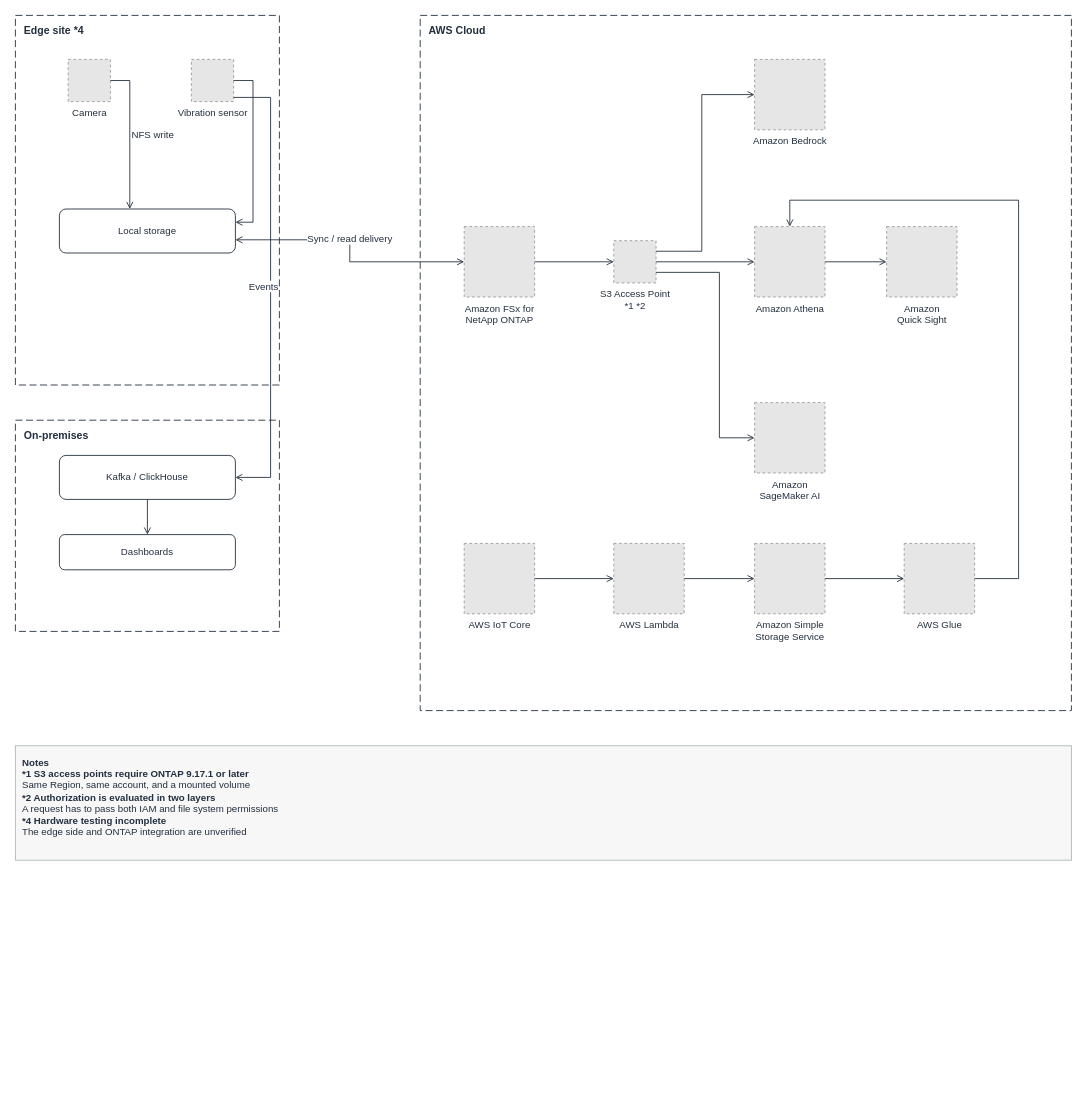
The draw.io diagram docs/diagrams/architecture-overview-en.drawio in Yoshiki0705/ONTAP-Edge-to-Cloud-AI, before the edit. Source tidied: cells renumbered, new cells numbered last; positions are measured from the earlier drawing's top-left corner, leaving out a move shared by most shapes. Both pictures are drawn from the tidied source at 88%, with x=0, y=0 at pixel (15, 15). Pictures stored in the file or linked from it are replaced by grey dashed boxes.
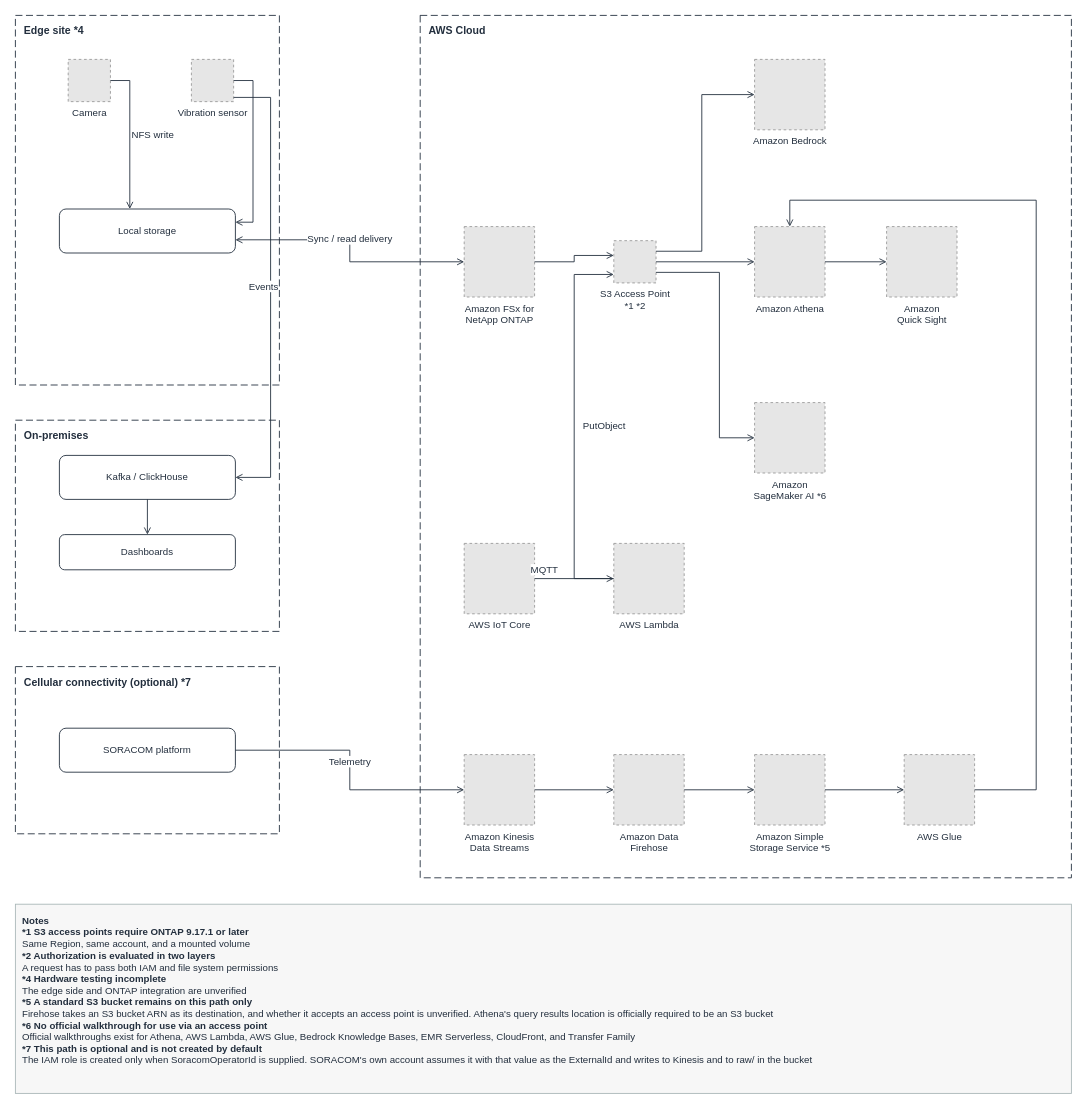
The same diagram, later.

The change refers to these unchanged cells:
```xml
<mxCell id="10" value="Amazon FSx for&lt;br&gt;NetApp ONTAP" style="fillColor=#E6E6E6;strokeColor=#999999;dashed=1;html=1;verticalLabelPosition=bottom;verticalAlign=top;labelPosition=center;align=center;fontSize=11;fontColor=#232F3E;" parent="1" vertex="1">
  <mxGeometry x="510" y="240" width="80" height="80" as="geometry" />
</mxCell>
<mxCell id="11" value="S3 Access Point&lt;br&gt;*1 *2" style="fillColor=#E6E6E6;strokeColor=#999999;dashed=1;html=1;verticalLabelPosition=bottom;verticalAlign=top;labelPosition=center;align=center;fontSize=11;fontColor=#232F3E;" parent="1" vertex="1">
  <mxGeometry x="680" y="256" width="48" height="48" as="geometry" />
</mxCell>
<mxCell id="13" value="Amazon Athena" style="fillColor=#E6E6E6;strokeColor=#999999;dashed=1;html=1;verticalLabelPosition=bottom;verticalAlign=top;labelPosition=center;align=center;fontSize=11;fontColor=#232F3E;" parent="1" vertex="1">
  <mxGeometry x="840" y="240" width="80" height="80" as="geometry" />
</mxCell>
<mxCell id="16" value="AWS IoT Core" style="fillColor=#E6E6E6;strokeColor=#999999;dashed=1;html=1;verticalLabelPosition=bottom;verticalAlign=top;labelPosition=center;align=center;fontSize=11;fontColor=#232F3E;" parent="1" vertex="1">
  <mxGeometry x="510" y="600" width="80" height="80" as="geometry" />
</mxCell>
<mxCell id="17" value="AWS Lambda" style="fillColor=#E6E6E6;strokeColor=#999999;dashed=1;html=1;verticalLabelPosition=bottom;verticalAlign=top;labelPosition=center;align=center;fontSize=11;fontColor=#232F3E;" parent="1" vertex="1">
  <mxGeometry x="680" y="600" width="80" height="80" as="geometry" />
</mxCell>
```

The edit, as a diff of the source:
```diff
@@
+    <mxCell id="35" value="Cellular connectivity (optional) *7" style="rounded=0;html=1;dashed=1;dashPattern=8 4;fillColor=none;strokeColor=#232F3E;verticalAlign=top;align=left;spacingLeft=8;spacingTop=4;fontSize=12;fontColor=#232F3E;fontStyle=1;" parent="1" vertex="1">
+      <mxGeometry y="740" width="300" height="190" as="geometry" />
+    </mxCell>
     <mxCell id="4" value="AWS Cloud" style="rounded=0;html=1;dashed=1;dashPattern=8 4;fillColor=none;strokeColor=#232F3E;verticalAlign=top;align=left;spacingLeft=8;spacingTop=4;fontSize=12;fontColor=#232F3E;fontStyle=1;" parent="1" vertex="1">
-      <mxGeometry x="460" width="740" height="790" as="geometry" />
+      <mxGeometry x="460" width="740" height="980" as="geometry" />
     </mxCell>
@@
+    <mxCell id="36" value="SORACOM platform" style="rounded=1;html=1;whiteSpace=wrap;fillColor=#FFFFFF;strokeColor=#232F3E;fontSize=11;fontColor=#232F3E;" parent="1" vertex="1">
+      <mxGeometry x="50" y="810" width="200" height="50" as="geometry" />
+    </mxCell>
@@
-    <mxCell id="14" value="Amazon&lt;br&gt;SageMaker AI" style="fillColor=#E6E6E6;strokeColor=#999999;dashed=1;html=1;verticalLabelPosition=bottom;verticalAlign=top;labelPosition=center;align=center;fontSize=11;fontColor=#232F3E;" parent="1" vertex="1">
+    <mxCell id="14" value="Amazon&lt;br&gt;SageMaker AI *6" style="fillColor=#E6E6E6;strokeColor=#999999;dashed=1;html=1;verticalLabelPosition=bottom;verticalAlign=top;labelPosition=center;align=center;fontSize=11;fontColor=#232F3E;" parent="1" vertex="1">
       <mxGeometry x="840" y="440" width="80" height="80" as="geometry" />
     </mxCell>
@@
+    <mxCell id="37" value="Amazon Kinesis&lt;br&gt;Data Streams" style="fillColor=#E6E6E6;strokeColor=#999999;dashed=1;html=1;verticalLabelPosition=bottom;verticalAlign=top;labelPosition=center;align=center;fontSize=11;fontColor=#232F3E;" parent="1" vertex="1">
+      <mxGeometry x="510" y="840" width="80" height="80" as="geometry" />
+    </mxCell>
+    <mxCell id="38" value="Amazon Data&lt;br&gt;Firehose" style="fillColor=#E6E6E6;strokeColor=#999999;dashed=1;html=1;verticalLabelPosition=bottom;verticalAlign=top;labelPosition=center;align=center;fontSize=11;fontColor=#232F3E;" parent="1" vertex="1">
+      <mxGeometry x="680" y="840" width="80" height="80" as="geometry" />
+    </mxCell>
-    <mxCell id="18" value="Amazon Simple&lt;br&gt;Storage Service" style="fillColor=#E6E6E6;strokeColor=#999999;dashed=1;html=1;verticalLabelPosition=bottom;verticalAlign=top;labelPosition=center;align=center;fontSize=11;fontColor=#232F3E;" parent="1" vertex="1">
-      <mxGeometry x="840" y="600" width="80" height="80" as="geometry" />
+    <mxCell id="18" value="Amazon Simple&lt;br&gt;Storage Service *5" style="fillColor=#E6E6E6;strokeColor=#999999;dashed=1;html=1;verticalLabelPosition=bottom;verticalAlign=top;labelPosition=center;align=center;fontSize=11;fontColor=#232F3E;" parent="1" vertex="1">
+      <mxGeometry x="840" y="840" width="80" height="80" as="geometry" />
     </mxCell>
     <mxCell id="19" value="AWS Glue" style="fillColor=#E6E6E6;strokeColor=#999999;dashed=1;html=1;verticalLabelPosition=bottom;verticalAlign=top;labelPosition=center;align=center;fontSize=11;fontColor=#232F3E;" parent="1" vertex="1">
-      <mxGeometry x="1010" y="600" width="80" height="80" as="geometry" />
+      <mxGeometry x="1010" y="840" width="80" height="80" as="geometry" />
     </mxCell>
@@
-    <mxCell id="25" style="edgeStyle=orthogonalEdgeStyle;rounded=0;html=1;endArrow=open;endFill=0;strokeColor=#232F3E;strokeWidth=1;fontSize=11;fontColor=#232F3E;labelBackgroundColor=#FFFFFF;exitX=1;exitY=0.5;exitDx=0;exitDy=0;entryX=0;entryY=0.5;entryDx=0;entryDy=0;" parent="1" edge="1" source="10" target="11">
+    <mxCell id="25" style="edgeStyle=orthogonalEdgeStyle;rounded=0;html=1;endArrow=open;endFill=0;strokeColor=#232F3E;strokeWidth=1;fontSize=11;fontColor=#232F3E;labelBackgroundColor=#FFFFFF;exitX=1;exitY=0.5;exitDx=0;exitDy=0;entryX=0;entryY=0.35;entryDx=0;entryDy=0;" parent="1" edge="1" source="10" target="11">
       <mxGeometry relative="1" as="geometry" />
     </mxCell>
@@
-    <mxCell id="29" style="edgeStyle=orthogonalEdgeStyle;rounded=0;html=1;endArrow=open;endFill=0;strokeColor=#232F3E;strokeWidth=1;fontSize=11;fontColor=#232F3E;labelBackgroundColor=#FFFFFF;exitX=1;exitY=0.5;exitDx=0;exitDy=0;entryX=0;entryY=0.5;entryDx=0;entryDy=0;" parent="1" edge="1" source="16" target="17">
-      <mxGeometry relative="1" as="geometry" />
+    <mxCell id="29" value="MQTT" style="edgeStyle=orthogonalEdgeStyle;rounded=0;html=1;endArrow=open;endFill=0;strokeColor=#232F3E;strokeWidth=1;fontSize=11;fontColor=#232F3E;labelBackgroundColor=#FFFFFF;exitX=1;exitY=0.5;exitDx=0;exitDy=0;entryX=0;entryY=0.5;entryDx=0;entryDy=0;" parent="1" edge="1" source="16" target="17">
+      <mxGeometry relative="1" as="geometry">
+        <mxPoint x="-34" y="-10" as="offset" />
+      </mxGeometry>
     </mxCell>
-    <mxCell id="30" style="edgeStyle=orthogonalEdgeStyle;rounded=0;html=1;endArrow=open;endFill=0;strokeColor=#232F3E;strokeWidth=1;fontSize=11;fontColor=#232F3E;labelBackgroundColor=#FFFFFF;exitX=1;exitY=0.5;exitDx=0;exitDy=0;entryX=0;entryY=0.5;entryDx=0;entryDy=0;" parent="1" edge="1" source="17" target="18">
-      <mxGeometry relative="1" as="geometry" />
+    <mxCell id="30" value="PutObject" style="edgeStyle=orthogonalEdgeStyle;rounded=0;html=1;endArrow=open;endFill=0;strokeColor=#232F3E;strokeWidth=1;fontSize=11;fontColor=#232F3E;labelBackgroundColor=#FFFFFF;exitX=0;exitY=0.5;exitDx=0;exitDy=0;entryX=0;entryY=0.8;entryDx=0;entryDy=0;" parent="1" edge="1" source="17" target="11">
+      <mxGeometry relative="1" as="geometry">
+        <Array as="points">
+          <mxPoint x="635" y="640" />
+          <mxPoint x="635" y="294" />
+        </Array>
+        <mxPoint x="34" as="offset" />
+      </mxGeometry>
     </mxCell>
+    <mxCell id="39" value="Telemetry" style="edgeStyle=orthogonalEdgeStyle;rounded=0;html=1;endArrow=open;endFill=0;strokeColor=#232F3E;strokeWidth=1;fontSize=11;fontColor=#232F3E;labelBackgroundColor=#FFFFFF;exitX=1;exitY=0.5;exitDx=0;exitDy=0;entryX=0;entryY=0.5;entryDx=0;entryDy=0;" parent="1" edge="1" source="36" target="37">
+      <mxGeometry relative="1" as="geometry">
+        <Array as="points">
+          <mxPoint x="380" y="835" />
+          <mxPoint x="380" y="880" />
+        </Array>
+        <mxPoint y="-10" as="offset" />
+      </mxGeometry>
+    </mxCell>
-    <mxCell id="31" style="edgeStyle=orthogonalEdgeStyle;rounded=0;html=1;endArrow=open;endFill=0;strokeColor=#232F3E;strokeWidth=1;fontSize=11;fontColor=#232F3E;labelBackgroundColor=#FFFFFF;exitX=1;exitY=0.5;exitDx=0;exitDy=0;entryX=0;entryY=0.5;entryDx=0;entryDy=0;" parent="1" edge="1" source="18" target="19">
+    <mxCell id="31" style="edgeStyle=orthogonalEdgeStyle;rounded=0;html=1;endArrow=open;endFill=0;strokeColor=#232F3E;strokeWidth=1;fontSize=11;fontColor=#232F3E;labelBackgroundColor=#FFFFFF;exitX=1;exitY=0.5;exitDx=0;exitDy=0;entryX=0;entryY=0.5;entryDx=0;entryDy=0;" parent="1" edge="1" source="37" target="38">
       <mxGeometry relative="1" as="geometry" />
     </mxCell>
+    <mxCell id="40" style="edgeStyle=orthogonalEdgeStyle;rounded=0;html=1;endArrow=open;endFill=0;strokeColor=#232F3E;strokeWidth=1;fontSize=11;fontColor=#232F3E;labelBackgroundColor=#FFFFFF;exitX=1;exitY=0.5;exitDx=0;exitDy=0;entryX=0;entryY=0.5;entryDx=0;entryDy=0;" parent="1" edge="1" source="38" target="18">
+      <mxGeometry relative="1" as="geometry" />
+    </mxCell>
+    <mxCell id="41" style="edgeStyle=orthogonalEdgeStyle;rounded=0;html=1;endArrow=open;endFill=0;strokeColor=#232F3E;strokeWidth=1;fontSize=11;fontColor=#232F3E;labelBackgroundColor=#FFFFFF;exitX=1;exitY=0.5;exitDx=0;exitDy=0;entryX=0;entryY=0.5;entryDx=0;entryDy=0;" parent="1" edge="1" source="18" target="19">
+      <mxGeometry relative="1" as="geometry" />
+    </mxCell>
     <mxCell id="32" style="edgeStyle=orthogonalEdgeStyle;rounded=0;html=1;endArrow=open;endFill=0;strokeColor=#232F3E;strokeWidth=1;fontSize=11;fontColor=#232F3E;labelBackgroundColor=#FFFFFF;exitX=1;exitY=0.5;exitDx=0;exitDy=0;entryX=0.5;entryY=0;entryDx=0;entryDy=0;" parent="1" edge="1" source="19" target="13">
       <mxGeometry relative="1" as="geometry">
         <Array as="points">
-          <mxPoint x="1140" y="640" />
-          <mxPoint x="1140" y="210" />
+          <mxPoint x="1160" y="880" />
+          <mxPoint x="1160" y="210" />
           <mxPoint x="880" y="210" />
         </Array>
       </mxGeometry>
     </mxCell>
@@
-    <mxCell id="34" value="&lt;b&gt;Notes&lt;/b&gt;&lt;br&gt;&lt;b&gt;*1 S3 access points require ONTAP 9.17.1 or later&lt;/b&gt;&lt;br&gt;Same Region, same account, and a mounted volume&lt;br&gt;&lt;b&gt;*2 Authorization is evaluated in two layers&lt;/b&gt;&lt;br&gt;A request has to pass both IAM and file system permissions&lt;br&gt;&lt;b&gt;*4 Hardware testing incomplete&lt;/b&gt;&lt;br&gt;The edge side and ONTAP integration are unverified" style="rounded=0;html=1;whiteSpace=wrap;fillColor=#F7F7F7;strokeColor=#AAB7B8;align=left;verticalAlign=top;spacing=8;fontSize=11;fontColor=#232F3E;" parent="1" vertex="1">
-      <mxGeometry y="830" width="1200" height="130" as="geometry" />
+    <mxCell id="34" value="&lt;b&gt;Notes&lt;/b&gt;&lt;br&gt;&lt;b&gt;*1 S3 access points require ONTAP 9.17.1 or later&lt;/b&gt;&lt;br&gt;Same Region, same account, and a mounted volume&lt;br&gt;&lt;b&gt;*2 Authorization is evaluated in two layers&lt;/b&gt;&lt;br&gt;A request has to pass both IAM and file system permissions&lt;br&gt;&lt;b&gt;*4 Hardware testing incomplete&lt;/b&gt;&lt;br&gt;The edge side and ONTAP integration are unverified&lt;br&gt;&lt;b&gt;*5 A standard S3 bucket remains on this path only&lt;/b&gt;&lt;br&gt;Firehose takes an S3 bucket ARN as its destination, and whether it accepts an access point is unverified. Athena's query results location is officially required to be an S3 bucket&lt;br&gt;&lt;b&gt;*6 No official walkthrough for use via an access point&lt;/b&gt;&lt;br&gt;Official walkthroughs exist for Athena, AWS Lambda, AWS Glue, Bedrock Knowledge Bases, EMR Serverless, CloudFront, and Transfer Family&lt;br&gt;&lt;b&gt;*7 This path is optional and is not created by default&lt;/b&gt;&lt;br&gt;The IAM role is created only when SoracomOperatorId is supplied. SORACOM's own account assumes it with that value as the ExternalId and writes to Kinesis and to raw/ in the bucket" style="rounded=0;html=1;whiteSpace=wrap;fillColor=#F7F7F7;strokeColor=#AAB7B8;align=left;verticalAlign=top;spacing=8;fontSize=11;fontColor=#232F3E;" parent="1" vertex="1">
+      <mxGeometry y="1010" width="1200" height="215" as="geometry" />
     </mxCell>
```
